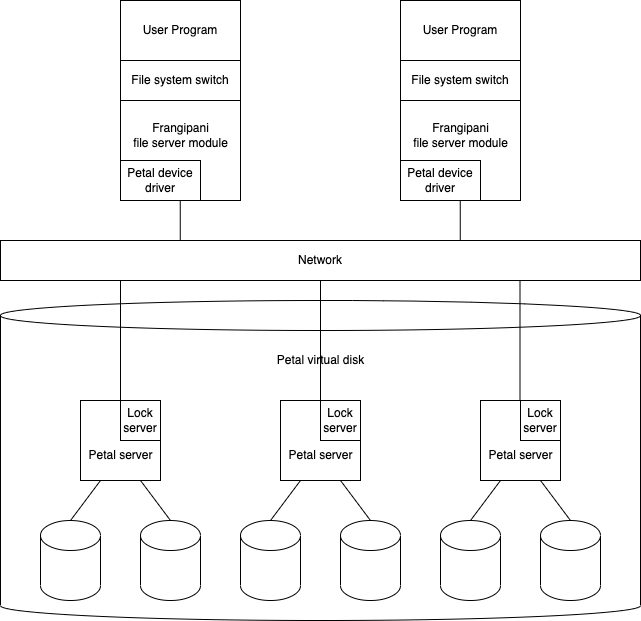
The draw.io diagram source/images/frangipani-2.png in Frederick-S/frederick-s.github.io, before a commit. Source tidied: cells renumbered, new cells last; positions are measured from the earlier drawing's top-left corner, leaving out a move shared by most shapes. Source of this version:
```xml
<mxGraphModel>
  <root>
    <mxCell id="0" />
    <mxCell id="1" parent="0" />
    <mxCell id="2" value="User Program" style="rounded=0;whiteSpace=wrap;html=1;" parent="1" vertex="1">
      <mxGeometry x="120" width="120" height="60" as="geometry" />
    </mxCell>
    <mxCell id="3" value="File system switch" style="rounded=0;whiteSpace=wrap;html=1;" parent="1" vertex="1">
      <mxGeometry x="120" y="60" width="120" height="40" as="geometry" />
    </mxCell>
    <mxCell id="4" style="rounded=0;whiteSpace=wrap;html=1;" parent="1" vertex="1">
      <mxGeometry x="120" y="100" width="120" height="100" as="geometry" />
    </mxCell>
    <mxCell id="5" value="Petal device driver" style="rounded=0;whiteSpace=wrap;html=1;" parent="1" vertex="1">
      <mxGeometry x="120" y="160" width="80" height="40" as="geometry" />
    </mxCell>
    <mxCell id="6" value="Frangipani&lt;br&gt;file server module" style="text;html=1;align=center;verticalAlign=middle;fillColor=none;strokeColor=none;rounded=0;" parent="1" vertex="1">
      <mxGeometry x="125" y="120" width="110" height="30" as="geometry" />
    </mxCell>
    <mxCell id="7" style="shape=cylinder3;whiteSpace=wrap;html=1;boundedLbl=1;backgroundOutline=1;size=15;" parent="1" vertex="1">
      <mxGeometry y="300" width="640" height="320" as="geometry" />
    </mxCell>
    <mxCell id="8" style="rounded=0;jettySize=auto;html=1;exitX=0.25;exitY=1;exitDx=0;exitDy=0;entryX=0.5;entryY=0;entryDx=0;entryDy=0;entryPerimeter=0;endArrow=none;endFill=0;" parent="1" edge="1" source="10" target="13">
      <mxGeometry relative="1" as="geometry" />
    </mxCell>
    <mxCell id="9" style="edgeStyle=none;rounded=0;jettySize=auto;html=1;exitX=0.75;exitY=1;exitDx=0;exitDy=0;entryX=0.5;entryY=0;entryDx=0;entryDy=0;entryPerimeter=0;endArrow=none;endFill=0;" parent="1" edge="1" source="10" target="14">
      <mxGeometry relative="1" as="geometry" />
    </mxCell>
    <mxCell id="10" style="whiteSpace=wrap;html=1;" parent="1" vertex="1">
      <mxGeometry x="80" y="400" width="80" height="80" as="geometry" />
    </mxCell>
    <mxCell id="11" value="Lock server" style="whiteSpace=wrap;html=1;" parent="1" vertex="1">
      <mxGeometry x="120" y="400" width="40" height="40" as="geometry" />
    </mxCell>
    <mxCell id="12" value="Petal server" style="text;html=1;align=center;verticalAlign=middle;fillColor=none;strokeColor=none;rounded=0;" parent="1" vertex="1">
      <mxGeometry x="80" y="445" width="80" height="20" as="geometry" />
    </mxCell>
    <mxCell id="13" style="shape=cylinder3;whiteSpace=wrap;html=1;boundedLbl=1;backgroundOutline=1;size=15;" parent="1" vertex="1">
      <mxGeometry x="40" y="520" width="60" height="80" as="geometry" />
    </mxCell>
    <mxCell id="14" style="shape=cylinder3;whiteSpace=wrap;html=1;boundedLbl=1;backgroundOutline=1;size=15;" parent="1" vertex="1">
      <mxGeometry x="140" y="520" width="60" height="80" as="geometry" />
    </mxCell>
    <mxCell id="15" style="rounded=0;jettySize=auto;html=1;exitX=0.25;exitY=1;exitDx=0;exitDy=0;entryX=0.5;entryY=0;entryDx=0;entryDy=0;entryPerimeter=0;endArrow=none;endFill=0;" parent="1" edge="1" source="17" target="20">
      <mxGeometry relative="1" as="geometry" />
    </mxCell>
    <mxCell id="16" style="edgeStyle=none;rounded=0;jettySize=auto;html=1;exitX=0.75;exitY=1;exitDx=0;exitDy=0;entryX=0.5;entryY=0;entryDx=0;entryDy=0;entryPerimeter=0;endArrow=none;endFill=0;" parent="1" edge="1" source="17" target="21">
      <mxGeometry relative="1" as="geometry" />
    </mxCell>
    <mxCell id="17" style="whiteSpace=wrap;html=1;" parent="1" vertex="1">
      <mxGeometry x="280" y="400" width="80" height="80" as="geometry" />
    </mxCell>
    <mxCell id="18" value="Lock server" style="whiteSpace=wrap;html=1;" parent="1" vertex="1">
      <mxGeometry x="320" y="400" width="40" height="40" as="geometry" />
    </mxCell>
    <mxCell id="19" value="Petal server" style="text;html=1;align=center;verticalAlign=middle;fillColor=none;strokeColor=none;rounded=0;" parent="1" vertex="1">
      <mxGeometry x="280" y="445" width="80" height="20" as="geometry" />
    </mxCell>
    <mxCell id="20" style="shape=cylinder3;whiteSpace=wrap;html=1;boundedLbl=1;backgroundOutline=1;size=15;" parent="1" vertex="1">
      <mxGeometry x="240" y="520" width="60" height="80" as="geometry" />
    </mxCell>
    <mxCell id="21" style="shape=cylinder3;whiteSpace=wrap;html=1;boundedLbl=1;backgroundOutline=1;size=15;" parent="1" vertex="1">
      <mxGeometry x="340" y="520" width="60" height="80" as="geometry" />
    </mxCell>
    <mxCell id="22" style="rounded=0;jettySize=auto;html=1;exitX=0.25;exitY=1;exitDx=0;exitDy=0;entryX=0.5;entryY=0;entryDx=0;entryDy=0;entryPerimeter=0;endArrow=none;endFill=0;" parent="1" edge="1" source="24" target="27">
      <mxGeometry relative="1" as="geometry" />
    </mxCell>
    <mxCell id="23" style="edgeStyle=none;rounded=0;jettySize=auto;html=1;exitX=0.75;exitY=1;exitDx=0;exitDy=0;entryX=0.5;entryY=0;entryDx=0;entryDy=0;entryPerimeter=0;endArrow=none;endFill=0;" parent="1" edge="1" source="24" target="28">
      <mxGeometry relative="1" as="geometry" />
    </mxCell>
    <mxCell id="24" style="whiteSpace=wrap;html=1;" parent="1" vertex="1">
      <mxGeometry x="480" y="400" width="80" height="80" as="geometry" />
    </mxCell>
    <mxCell id="25" value="Lock server" style="whiteSpace=wrap;html=1;" parent="1" vertex="1">
      <mxGeometry x="520" y="400" width="40" height="40" as="geometry" />
    </mxCell>
    <mxCell id="26" value="Petal server" style="text;html=1;align=center;verticalAlign=middle;fillColor=none;strokeColor=none;rounded=0;" parent="1" vertex="1">
      <mxGeometry x="480" y="445" width="80" height="20" as="geometry" />
    </mxCell>
    <mxCell id="27" style="shape=cylinder3;whiteSpace=wrap;html=1;boundedLbl=1;backgroundOutline=1;size=15;" parent="1" vertex="1">
      <mxGeometry x="440" y="520" width="60" height="80" as="geometry" />
    </mxCell>
    <mxCell id="28" style="shape=cylinder3;whiteSpace=wrap;html=1;boundedLbl=1;backgroundOutline=1;size=15;" parent="1" vertex="1">
      <mxGeometry x="540" y="520" width="60" height="80" as="geometry" />
    </mxCell>
    <mxCell id="29" value="Petal virtual disk" style="text;html=1;align=center;verticalAlign=middle;fillColor=none;strokeColor=none;rounded=0;" parent="1" vertex="1">
      <mxGeometry x="270" y="350" width="100" height="20" as="geometry" />
    </mxCell>
    <mxCell id="30" value="Network" style="rounded=0;whiteSpace=wrap;html=1;" parent="1" vertex="1">
      <mxGeometry y="240" width="640" height="40" as="geometry" />
    </mxCell>
    <mxCell id="31" value="User Program" style="rounded=0;whiteSpace=wrap;html=1;" parent="1" vertex="1">
      <mxGeometry x="400" width="120" height="60" as="geometry" />
    </mxCell>
    <mxCell id="32" value="File system switch" style="rounded=0;whiteSpace=wrap;html=1;" parent="1" vertex="1">
      <mxGeometry x="400" y="60" width="120" height="40" as="geometry" />
    </mxCell>
    <mxCell id="33" style="rounded=0;whiteSpace=wrap;html=1;" parent="1" vertex="1">
      <mxGeometry x="400" y="100" width="120" height="100" as="geometry" />
    </mxCell>
    <mxCell id="34" value="Petal device driver" style="rounded=0;whiteSpace=wrap;html=1;" parent="1" vertex="1">
      <mxGeometry x="400" y="160" width="80" height="40" as="geometry" />
    </mxCell>
    <mxCell id="35" value="Frangipani&lt;br&gt;file server module" style="text;html=1;align=center;verticalAlign=middle;fillColor=none;strokeColor=none;rounded=0;" parent="1" vertex="1">
      <mxGeometry x="405" y="120" width="110" height="30" as="geometry" />
    </mxCell>
    <mxCell id="36" style="endArrow=none;html=1;rounded=0;" parent="1" edge="1">
      <mxGeometry relative="1" as="geometry">
        <mxPoint x="120" y="400" as="sourcePoint" />
        <mxPoint x="120" y="280" as="targetPoint" />
      </mxGeometry>
    </mxCell>
    <mxCell id="37" style="endArrow=none;html=1;rounded=0;" parent="1" edge="1">
      <mxGeometry relative="1" as="geometry">
        <mxPoint x="519.5" y="400" as="sourcePoint" />
        <mxPoint x="519.5" y="280" as="targetPoint" />
      </mxGeometry>
    </mxCell>
    <mxCell id="38" style="endArrow=none;html=1;rounded=0;" parent="1" edge="1">
      <mxGeometry relative="1" as="geometry">
        <mxPoint x="320" y="400" as="sourcePoint" />
        <mxPoint x="320" y="280" as="targetPoint" />
      </mxGeometry>
    </mxCell>
    <mxCell id="39" style="endArrow=none;html=1;rounded=0;" parent="1" edge="1">
      <mxGeometry relative="1" as="geometry">
        <mxPoint x="179.8" y="240" as="sourcePoint" />
        <mxPoint x="179.8" y="200" as="targetPoint" />
      </mxGeometry>
    </mxCell>
    <mxCell id="40" style="endArrow=none;html=1;rounded=0;" parent="1" edge="1">
      <mxGeometry relative="1" as="geometry">
        <mxPoint x="459.8" y="240" as="sourcePoint" />
        <mxPoint x="459.8" y="200" as="targetPoint" />
      </mxGeometry>
    </mxCell>
  </root>
</mxGraphModel>
```
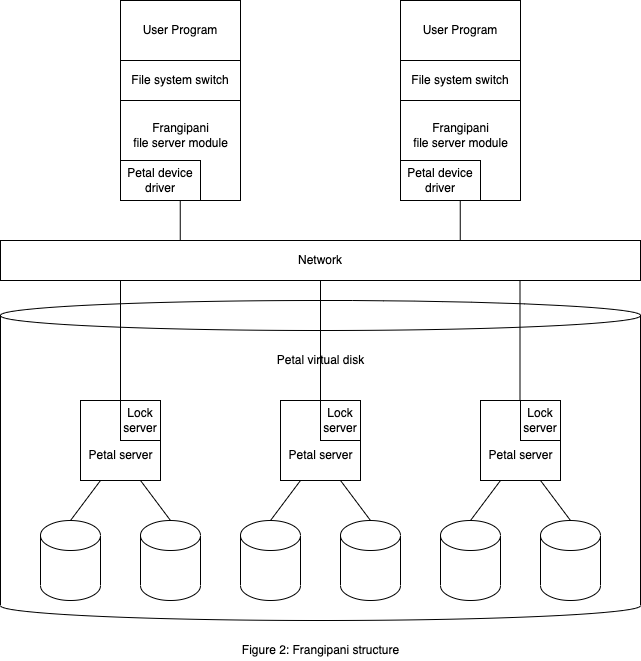
After the change.

Change to the diagram source:
```diff
@@ -134,5 +134,8 @@
         <mxPoint x="459.8" y="200" as="targetPoint" />
       </mxGeometry>
     </mxCell>
+    <mxCell id="41" value="Figure 2: Frangipani structure" style="text;html=1;align=center;verticalAlign=middle;fillColor=none;strokeColor=none;rounded=0;" parent="1" vertex="1">
+      <mxGeometry x="235" y="640" width="170" height="20" as="geometry" />
+    </mxCell>
   </root>
 </mxGraphModel>
```
